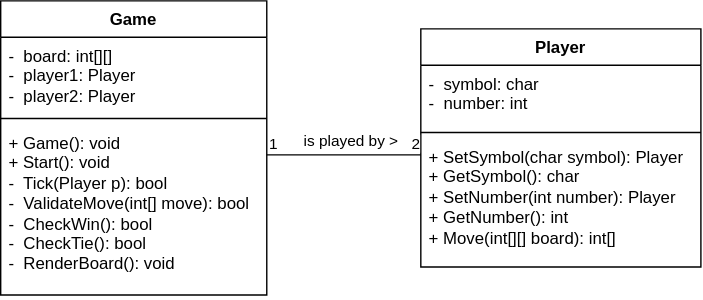
Earlier version of the draw.io export Class Diagram.svg (Rohde-Schwarz-Garage/ae-it-prwrkpckg-tictactoe). Source tidied: cells renumbered, new cells last; positions are measured from the earlier drawing's top-left corner, leaving out a move shared by most shapes.
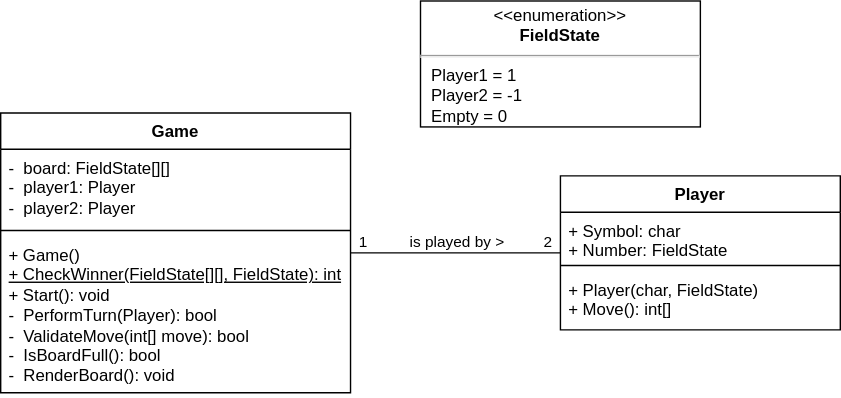
After the commit.

Commit message:
Updated class diagram

Change to the diagram source:
```diff
@@ -2,46 +2,55 @@
   <root>
     <mxCell id="0" />
     <mxCell id="1" parent="0" />
+    <mxCell id="14" style="edgeStyle=orthogonalEdgeStyle;rounded=0;jettySize=auto;html=1;endArrow=none;endFill=0;" parent="1" edge="1" source="2" target="6">
+      <mxGeometry relative="1" as="geometry">
+        <Array as="points">
+          <mxPoint x="290" y="230" />
+          <mxPoint x="290" y="230" />
+        </Array>
+      </mxGeometry>
+    </mxCell>
+    <mxCell id="13" value="is played by &amp;gt;" style="edgeLabel;html=1;align=center;verticalAlign=middle;" parent="14" vertex="1">
+      <mxGeometry x="-0.13" y="2" relative="1" as="geometry">
+        <mxPoint x="11" y="-6" as="offset" />
+      </mxGeometry>
+    </mxCell>
+    <mxCell id="11" value="1" style="edgeLabel;html=1;align=center;verticalAlign=middle;" parent="14" vertex="1">
+      <mxGeometry x="-0.89" y="1" relative="1" as="geometry">
+        <mxPoint y="-7" as="offset" />
+      </mxGeometry>
+    </mxCell>
+    <mxCell id="12" value="2" style="edgeLabel;html=1;align=center;verticalAlign=middle;" parent="14" vertex="1">
+      <mxGeometry x="0.88" relative="1" as="geometry">
+        <mxPoint y="-8" as="offset" />
+      </mxGeometry>
+    </mxCell>
     <mxCell id="2" value="Game" style="swimlane;fontStyle=1;align=center;verticalAlign=top;horizontal=1;startSize=26;whiteSpace=wrap;html=1;" parent="1" vertex="1">
-      <mxGeometry width="190" height="210" as="geometry" />
+      <mxGeometry y="130" width="250" height="200" as="geometry" />
     </mxCell>
-    <mxCell id="3" value="-&amp;nbsp; board: int[][]&lt;br&gt;-&amp;nbsp; player1: Player&lt;br&gt;-&amp;nbsp; player2: Player" style="text;strokeColor=none;fillColor=none;align=left;verticalAlign=top;spacingLeft=4;spacingRight=4;overflow=hidden;whiteSpace=wrap;html=1;" parent="2" vertex="1">
-      <mxGeometry y="26" width="190" height="54" as="geometry" />
+    <mxCell id="3" value="-&amp;nbsp; board: FieldState[][]&lt;br&gt;-&amp;nbsp; player1: Player&lt;br&gt;-&amp;nbsp; player2: Player" style="text;strokeColor=none;fillColor=none;align=left;verticalAlign=top;spacingLeft=4;spacingRight=4;overflow=hidden;whiteSpace=wrap;html=1;" parent="2" vertex="1">
+      <mxGeometry y="26" width="250" height="54" as="geometry" />
     </mxCell>
     <mxCell id="4" style="line;strokeWidth=1;fillColor=none;align=left;verticalAlign=middle;spacingTop=-1;spacingLeft=3;spacingRight=3;labelPosition=right;strokeColor=inherit;" parent="2" vertex="1">
-      <mxGeometry y="80" width="190" height="8" as="geometry" />
+      <mxGeometry y="80" width="250" height="8" as="geometry" />
     </mxCell>
-    <mxCell id="5" value="+ Game(): void&lt;br&gt;+ Start(): void&lt;br&gt;-&amp;nbsp; Tick(Player p): bool&lt;br&gt;-&amp;nbsp; ValidateMove(int[] move): bool&lt;br&gt;-&amp;nbsp; CheckWin(): bool&lt;br&gt;-&amp;nbsp; CheckTie(): bool&lt;br&gt;-&amp;nbsp; RenderBoard(): void" style="text;strokeColor=none;fillColor=none;align=left;verticalAlign=top;spacingLeft=4;spacingRight=4;overflow=hidden;whiteSpace=wrap;html=1;" parent="2" vertex="1">
-      <mxGeometry y="88" width="190" height="122" as="geometry" />
+    <mxCell id="5" value="+ Game()&lt;u&gt;&lt;br&gt;+ CheckWinner(FieldState[][], FieldState): int&lt;/u&gt;&lt;br&gt;+ Start(): void&lt;br&gt;-&amp;nbsp; PerformTurn(Player): bool&lt;br&gt;-&amp;nbsp; ValidateMove(int[] move): bool&lt;br&gt;-&amp;nbsp; IsBoardFull(): bool&lt;br&gt;-&amp;nbsp; RenderBoard(): void" style="text;strokeColor=none;fillColor=none;align=left;verticalAlign=top;spacingLeft=4;spacingRight=4;overflow=hidden;whiteSpace=wrap;html=1;" parent="2" vertex="1">
+      <mxGeometry y="88" width="250" height="112" as="geometry" />
     </mxCell>
     <mxCell id="6" value="Player" style="swimlane;fontStyle=1;align=center;verticalAlign=top;horizontal=1;startSize=26;whiteSpace=wrap;html=1;" parent="1" vertex="1">
-      <mxGeometry x="300" y="20" width="200" height="170" as="geometry" />
+      <mxGeometry x="400" y="175" width="200" height="110" as="geometry" />
     </mxCell>
-    <mxCell id="7" value="-&amp;nbsp; symbol: char&lt;br&gt;-&amp;nbsp; number: int" style="text;strokeColor=none;fillColor=none;align=left;verticalAlign=top;spacingLeft=4;spacingRight=4;overflow=hidden;whiteSpace=wrap;html=1;" parent="6" vertex="1">
-      <mxGeometry y="26" width="200" height="44" as="geometry" />
+    <mxCell id="7" value="+ Symbol: char&lt;br&gt;+ Number: FieldState" style="text;strokeColor=none;fillColor=none;align=left;verticalAlign=top;spacingLeft=4;spacingRight=4;overflow=hidden;whiteSpace=wrap;html=1;" parent="6" vertex="1">
+      <mxGeometry y="26" width="200" height="34" as="geometry" />
     </mxCell>
     <mxCell id="8" style="line;strokeWidth=1;fillColor=none;align=left;verticalAlign=middle;spacingTop=-1;spacingLeft=3;spacingRight=3;labelPosition=right;strokeColor=inherit;" parent="6" vertex="1">
-      <mxGeometry y="70" width="200" height="8" as="geometry" />
+      <mxGeometry y="60" width="200" height="8" as="geometry" />
     </mxCell>
-    <mxCell id="9" value="+ SetSymbol(char symbol): Player&lt;br&gt;+ GetSymbol(): char&lt;br&gt;+ SetNumber(int number): Player&lt;br&gt;+ GetNumber(): int&lt;br&gt;+ Move(int[][] board): int[]" style="text;strokeColor=none;fillColor=none;align=left;verticalAlign=top;spacingLeft=4;spacingRight=4;overflow=hidden;whiteSpace=wrap;html=1;" parent="6" vertex="1">
-      <mxGeometry y="78" width="200" height="92" as="geometry" />
+    <mxCell id="9" value="+ Player(char, FieldState)&lt;br&gt;+ Move(): int[]" style="text;strokeColor=none;fillColor=none;align=left;verticalAlign=top;spacingLeft=4;spacingRight=4;overflow=hidden;whiteSpace=wrap;html=1;" parent="6" vertex="1">
+      <mxGeometry y="68" width="200" height="42" as="geometry" />
     </mxCell>
-    <mxCell id="10" style="endArrow=none;html=1;edgeStyle=orthogonalEdgeStyle;rounded=0;" parent="1" edge="1">
-      <mxGeometry relative="1" as="geometry">
-        <mxPoint x="190" y="110" as="sourcePoint" />
-        <mxPoint x="300" y="110" as="targetPoint" />
-      </mxGeometry>
-    </mxCell>
-    <mxCell id="11" value="1" style="edgeLabel;html=1;align=left;verticalAlign=bottom;" parent="10" vertex="1">
-      <mxGeometry x="-1" relative="1" as="geometry" />
-    </mxCell>
-    <mxCell id="12" value="2" style="edgeLabel;html=1;align=right;verticalAlign=bottom;" parent="10" vertex="1">
-      <mxGeometry x="1" relative="1" as="geometry" />
-    </mxCell>
-    <mxCell id="13" value="is played by &amp;gt;" style="edgeLabel;html=1;align=center;verticalAlign=middle;" parent="10" vertex="1">
-      <mxGeometry x="-0.16" y="2" relative="1" as="geometry">
-        <mxPoint x="13" y="-8" as="offset" />
-      </mxGeometry>
-    </mxCell>
+    <mxCell id="15" value="&lt;p style=&quot;margin:0px;margin-top:4px;text-align:center;&quot;&gt;&amp;lt;&amp;lt;enumeration&amp;gt;&amp;gt;&lt;br&gt;&lt;b&gt;FieldState&lt;/b&gt;&lt;/p&gt;&lt;hr&gt;&lt;p style=&quot;margin:0px;margin-left:8px;text-align:left;&quot;&gt;Player1 = 1&lt;br&gt;Player2 = -1&lt;/p&gt;&lt;p style=&quot;margin:0px;margin-left:8px;text-align:left;&quot;&gt;Empty = 0&lt;/p&gt;" style="shape=rect;html=1;overflow=fill;whiteSpace=wrap;" parent="1" vertex="1">
+      <mxGeometry x="300" y="50" width="200" height="90" as="geometry" />
+    </mxCell>
   </root>
 </mxGraphModel>
```
